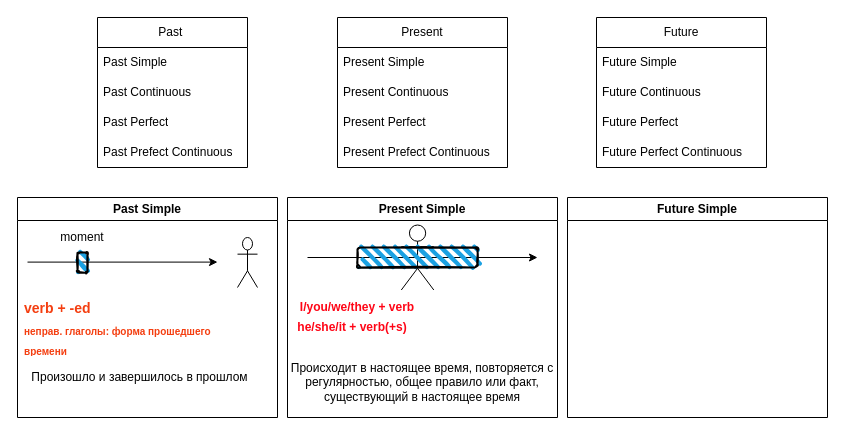
Above: Времена в английском.drawio in FeraVerto/english (draw.io), before the change. Source tidied: cells renumbered, new cells numbered last; positions are measured from the earlier drawing's top-left corner, leaving out a move shared by most shapes. Both pictures are drawn from the tidied source at 100%, with x=0, y=0 at pixel (17, 17).
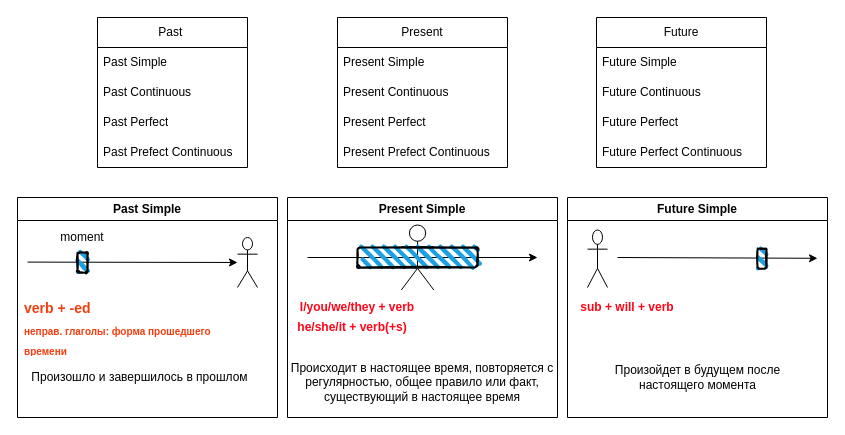
The same page after the edit.

Commit message:
Future Simple

Unchanged cells that the change refers to:
```xml
<mxCell id="17" value="Past Simple" style="swimlane;whiteSpace=wrap;html=1;" parent="1" vertex="1">
  <mxGeometry y="180" width="260" height="220" as="geometry" />
</mxCell>
<mxCell id="18" style="shape=umlActor;verticalLabelPosition=bottom;verticalAlign=top;html=1;outlineConnect=0;" parent="17" vertex="1">
  <mxGeometry x="220" y="40" width="20" height="50" as="geometry" />
</mxCell>
<mxCell id="30" value="Future Simple" style="swimlane;whiteSpace=wrap;html=1;" parent="1" vertex="1">
  <mxGeometry x="550" y="180" width="260" height="220" as="geometry" />
</mxCell>
```

Diff of the diagram source:
```diff
@@
-    <mxCell id="19" style="endArrow=classic;html=1;rounded=0;exitX=0.375;exitY=0.729;exitDx=0;exitDy=0;exitPerimeter=0;" parent="17" edge="1">
+    <mxCell id="19" style="endArrow=classic;html=1;rounded=0;exitX=0.375;exitY=0.729;exitDx=0;exitDy=0;exitPerimeter=0;" parent="17" edge="1" target="18">
       <mxGeometry relative="1" as="geometry">
         <mxPoint x="10" y="64.6" as="sourcePoint" />
-        <mxPoint x="200" y="64.6" as="targetPoint" />
       </mxGeometry>
     </mxCell>
@@
+    <mxCell id="33" value="sub + will + verb" style="text;html=1;strokeColor=none;fillColor=none;align=center;verticalAlign=middle;whiteSpace=wrap;overflow=hidden;fontColor=#FF0516;fontStyle=1;" parent="30" vertex="1">
+      <mxGeometry y="100" width="120" height="20" as="geometry" />
+    </mxCell>
+    <mxCell id="34" style="shape=umlActor;verticalLabelPosition=bottom;verticalAlign=top;html=1;" parent="30" vertex="1">
+      <mxGeometry x="20" y="32.5" width="20" height="57.5" as="geometry" />
+    </mxCell>
+    <mxCell id="35" style="endArrow=classic;html=1;rounded=0;" parent="30" edge="1">
+      <mxGeometry relative="1" as="geometry">
+        <mxPoint x="50" y="60" as="sourcePoint" />
+        <mxPoint x="250" y="60.8" as="targetPoint" />
+      </mxGeometry>
+    </mxCell>
+    <mxCell id="36" style="rounded=1;whiteSpace=wrap;html=1;strokeWidth=2;fillWeight=4;hachureGap=8;hachureAngle=45;fillColor=#1ba1e2;sketch=1;" parent="30" vertex="1">
+      <mxGeometry x="190" y="51.2" width="9" height="20" as="geometry" />
+    </mxCell>
+    <mxCell id="37" value="Произойдет в будущем после настоящего момента" style="text;html=1;strokeColor=none;fillColor=none;align=center;verticalAlign=middle;whiteSpace=wrap;overflow=hidden;" parent="30" vertex="1">
+      <mxGeometry x="12.5" y="160" width="235" height="40" as="geometry" />
+    </mxCell>
```
